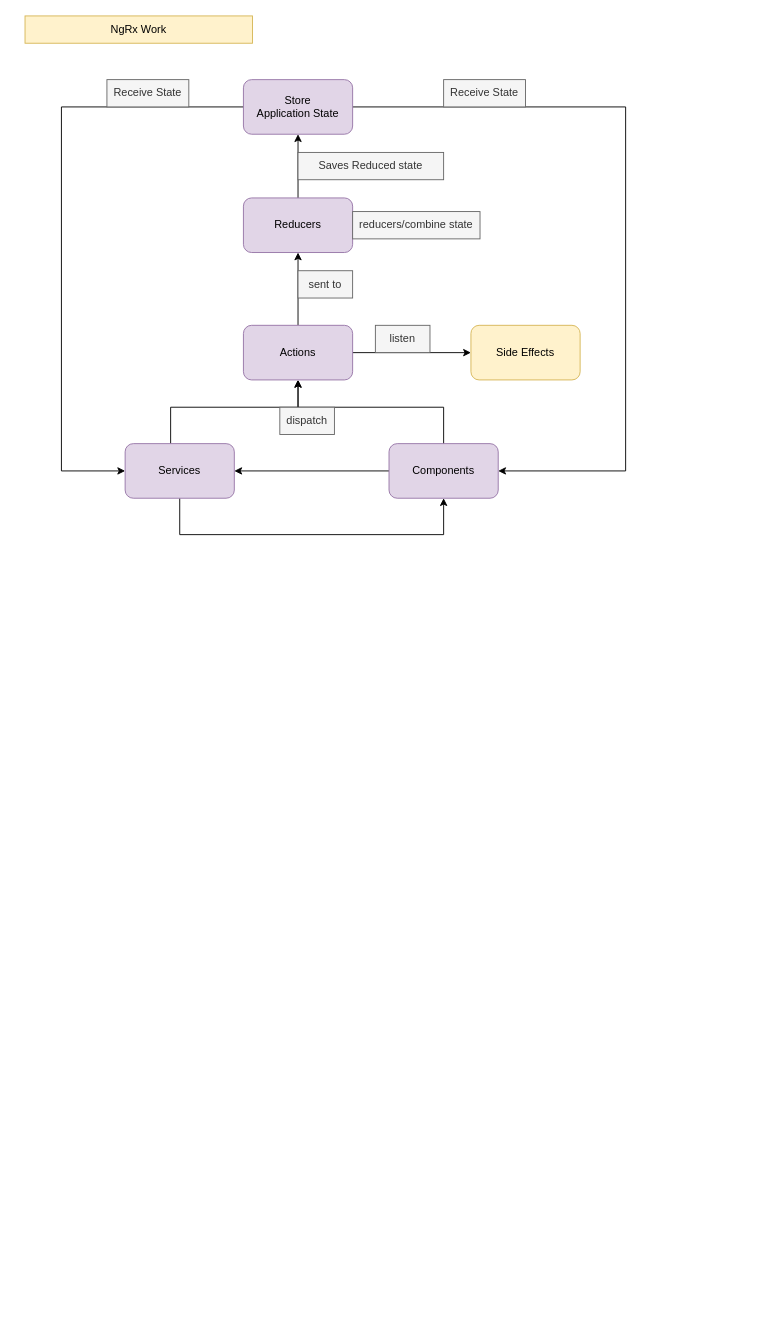
Before: flowstate.drawio in blackcatcoder/angular, a draw.io diagram. Source tidied: cells renumbered, new cells numbered last; positions are measured from the earlier drawing's top-left corner, leaving out a move shared by most shapes. Both pictures are drawn from the tidied source at 91%, with x=0, y=0 at pixel (25, 15).
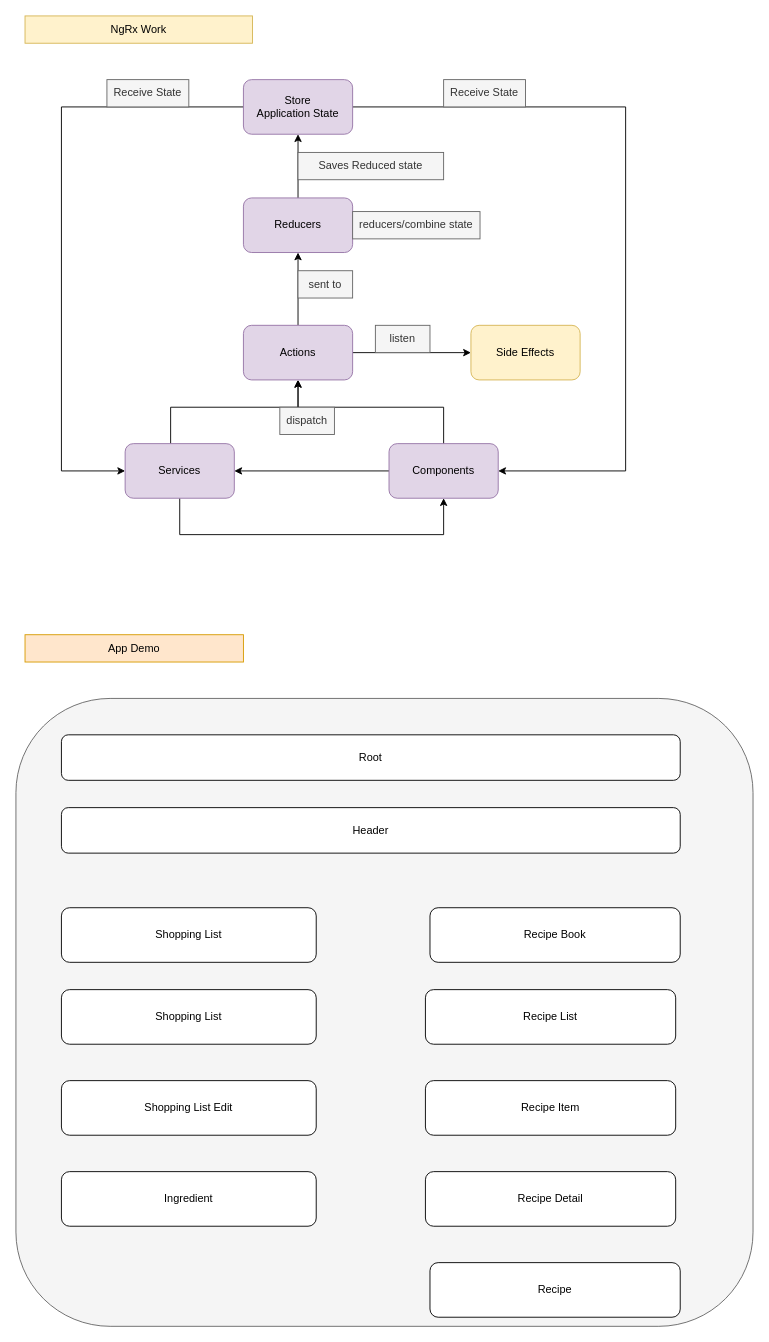
Above is the later version.

What changed in the source:
```diff
@@
+    <mxCell id="25" style="rounded=1;whiteSpace=wrap;html=1;fillColor=#f5f5f5;fontColor=#333333;strokeColor=#666666;" parent="1" vertex="1">
+      <mxGeometry x="-10" y="750" width="810" height="690" as="geometry" />
+    </mxCell>
@@
+    <mxCell id="26" value="Root" style="rounded=1;whiteSpace=wrap;html=1;" parent="1" vertex="1">
+      <mxGeometry x="40" y="790" width="680" height="50" as="geometry" />
+    </mxCell>
+    <mxCell id="27" value="Header" style="rounded=1;whiteSpace=wrap;html=1;" parent="1" vertex="1">
+      <mxGeometry x="40" y="870" width="680" height="50" as="geometry" />
+    </mxCell>
+    <mxCell id="28" value="Shopping List" style="rounded=1;whiteSpace=wrap;html=1;" parent="1" vertex="1">
+      <mxGeometry x="40" y="1070" width="280" height="60" as="geometry" />
+    </mxCell>
+    <mxCell id="29" value="Recipe Book" style="rounded=1;whiteSpace=wrap;html=1;" parent="1" vertex="1">
+      <mxGeometry x="445" y="980" width="275" height="60" as="geometry" />
+    </mxCell>
+    <mxCell id="30" value="Shopping List" style="rounded=1;whiteSpace=wrap;html=1;" parent="1" vertex="1">
+      <mxGeometry x="40" y="980" width="280" height="60" as="geometry" />
+    </mxCell>
+    <mxCell id="31" value="Shopping List Edit" style="rounded=1;whiteSpace=wrap;html=1;" parent="1" vertex="1">
+      <mxGeometry x="40" y="1170" width="280" height="60" as="geometry" />
+    </mxCell>
+    <mxCell id="32" value="Recipe List" style="rounded=1;whiteSpace=wrap;html=1;" parent="1" vertex="1">
+      <mxGeometry x="440" y="1070" width="275" height="60" as="geometry" />
+    </mxCell>
+    <mxCell id="33" value="Recipe Item" style="rounded=1;whiteSpace=wrap;html=1;" parent="1" vertex="1">
+      <mxGeometry x="440" y="1170" width="275" height="60" as="geometry" />
+    </mxCell>
+    <mxCell id="34" value="Recipe Detail" style="rounded=1;whiteSpace=wrap;html=1;" parent="1" vertex="1">
+      <mxGeometry x="440" y="1270" width="275" height="60" as="geometry" />
+    </mxCell>
+    <mxCell id="35" value="App Demo" style="text;html=1;strokeColor=#d79b00;fillColor=#ffe6cc;align=center;verticalAlign=middle;whiteSpace=wrap;rounded=0;" parent="1" vertex="1">
+      <mxGeometry y="680" width="240" height="30" as="geometry" />
+    </mxCell>
+    <mxCell id="36" value="Ingredient" style="rounded=1;whiteSpace=wrap;html=1;" parent="1" vertex="1">
+      <mxGeometry x="40" y="1270" width="280" height="60" as="geometry" />
+    </mxCell>
+    <mxCell id="37" value="Recipe" style="rounded=1;whiteSpace=wrap;html=1;" parent="1" vertex="1">
+      <mxGeometry x="445" y="1370" width="275" height="60" as="geometry" />
+    </mxCell>
```
